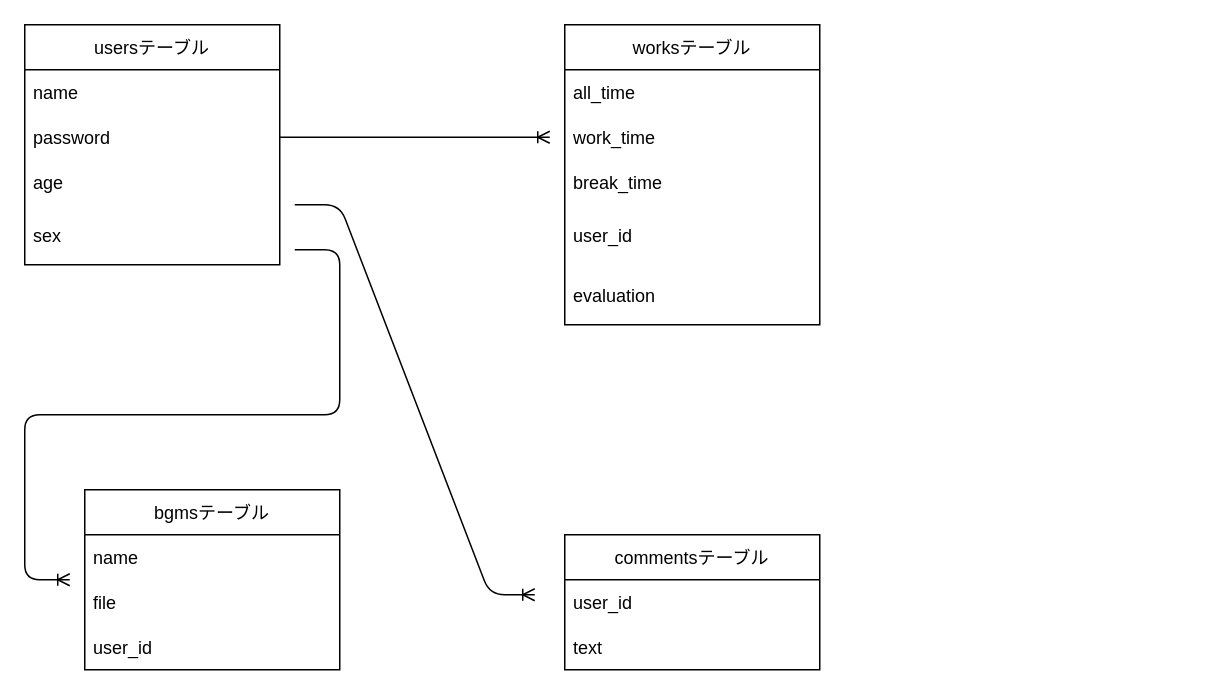
pamapama1/sakutomo keeps this draw.io diagram as ER.dio. Above is the earlier version. Source tidied: cells renumbered, new cells numbered last; positions are measured from the earlier drawing's top-left corner, leaving out a move shared by most shapes. Both pictures are drawn from the tidied source at 150%, with x=0, y=0 at pixel (24, 24).
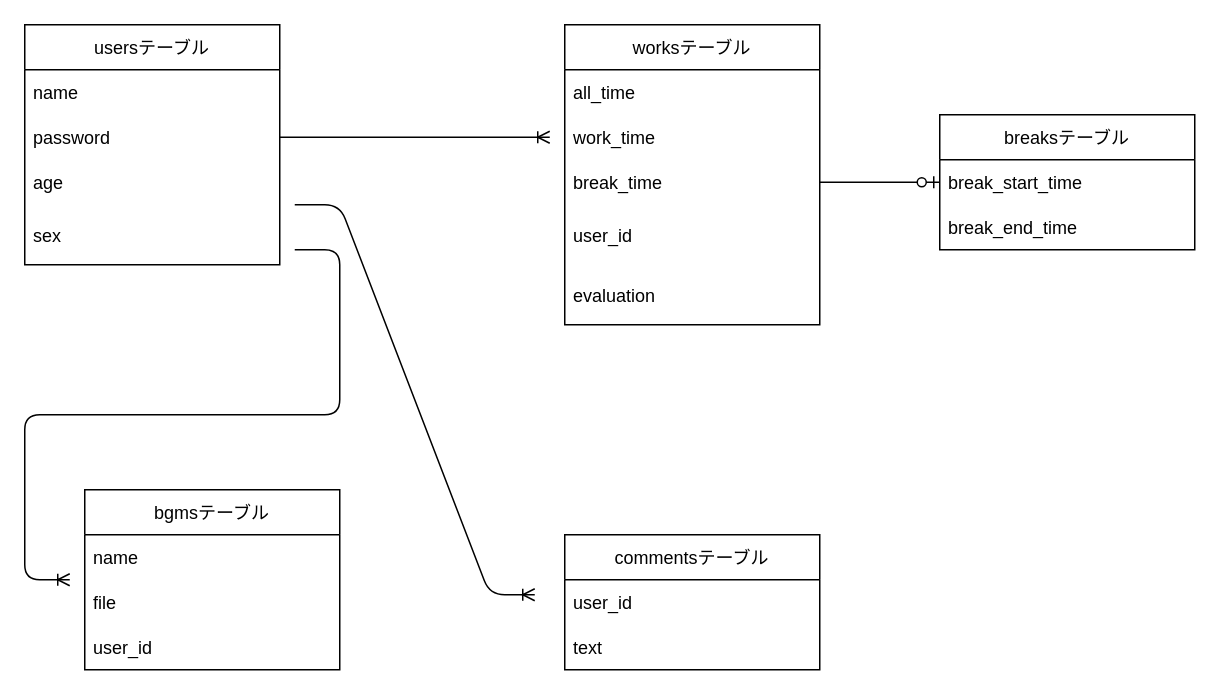
The same diagram, later.

Unchanged cells that the change refers to:
```xml
<mxCell id="10" value="break_time" style="text;strokeColor=none;fillColor=none;align=left;verticalAlign=middle;spacingLeft=4;spacingRight=4;overflow=hidden;points=[[0,0.5],[1,0.5]];portConstraint=eastwest;" parent="7" vertex="1">
  <mxGeometry y="90" width="170" height="30" as="geometry" />
</mxCell>
```

Change to the diagram source:
```diff
@@
+    <mxCell id="23" value="breaksテーブル" style="swimlane;fontStyle=0;horizontal=1;startSize=30;" parent="1" vertex="1">
+      <mxGeometry x="610" y="60" width="170" height="90" as="geometry" />
+    </mxCell>
+    <mxCell id="24" value="break_start_time" style="text;strokeColor=none;fillColor=none;align=left;verticalAlign=middle;spacingLeft=4;spacingRight=4;overflow=hidden;points=[[0,0.5],[1,0.5]];portConstraint=eastwest;" parent="23" vertex="1">
+      <mxGeometry y="30" width="170" height="30" as="geometry" />
+    </mxCell>
+    <mxCell id="25" value="break_end_time" style="text;strokeColor=none;fillColor=none;align=left;verticalAlign=middle;spacingLeft=4;spacingRight=4;overflow=hidden;" parent="23" vertex="1">
+      <mxGeometry y="60" width="170" height="30" as="geometry" />
+    </mxCell>
+    <mxCell id="26" style="edgeStyle=entityRelationEdgeStyle;fontSize=12;html=1;endArrow=ERzeroToOne;endFill=1;exitX=1;exitY=0.5;exitDx=0;exitDy=0;entryX=0;entryY=0.5;entryDx=0;entryDy=0;" parent="1" edge="1" source="10" target="24">
+      <mxGeometry relative="1" as="geometry" />
+    </mxCell>
```
